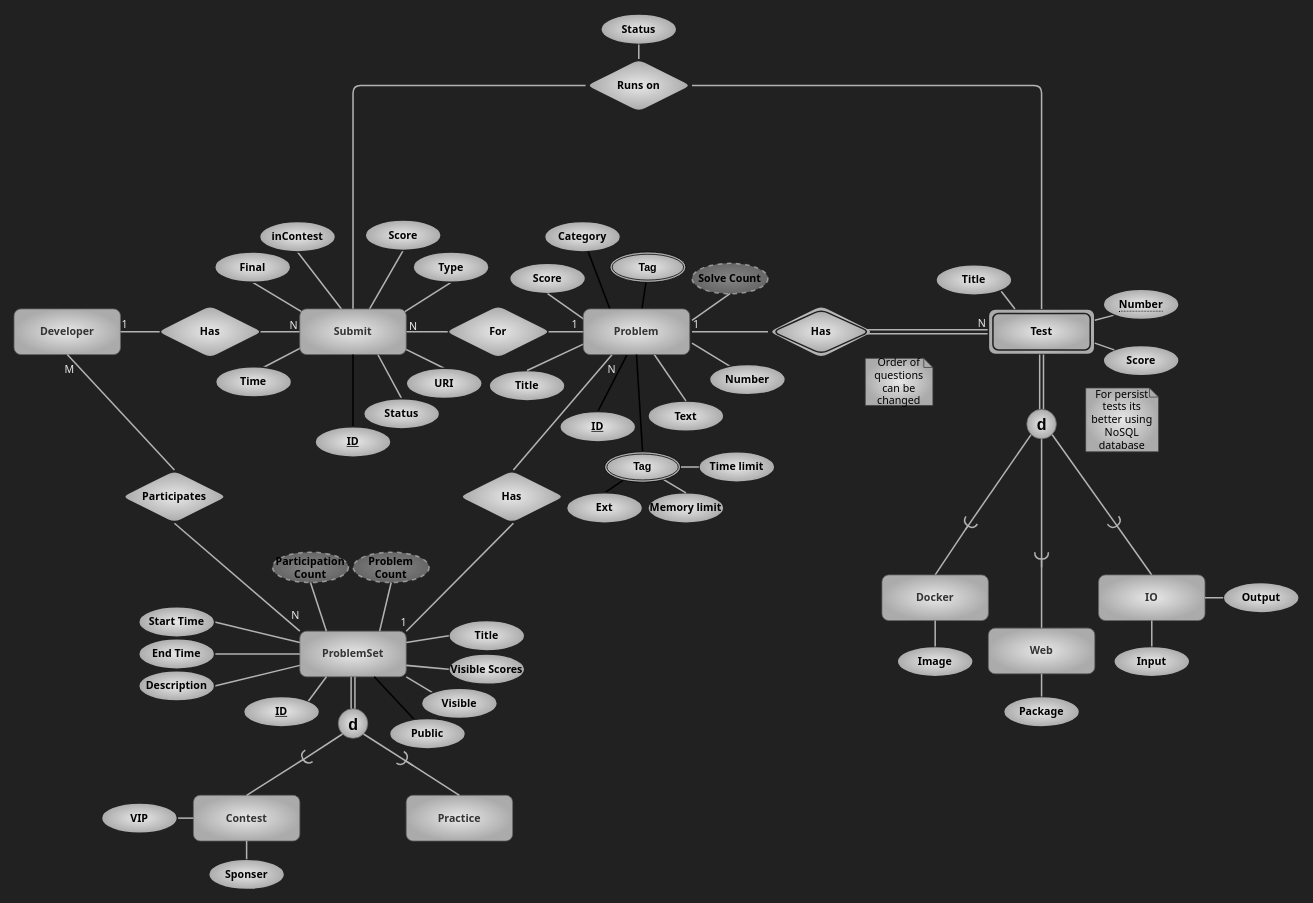
Earlier version of the draw.io diagram page "problemset" (4 of 5) of assets/er.drawio (kntu-db/quera-norm). Source tidied: cells renumbered, new cells numbered last; positions are measured from the earlier drawing's top-left corner, leaving out a move shared by most shapes. Both pictures are drawn from the tidied source at 76%, with x=0, y=0 at pixel (14, 14).
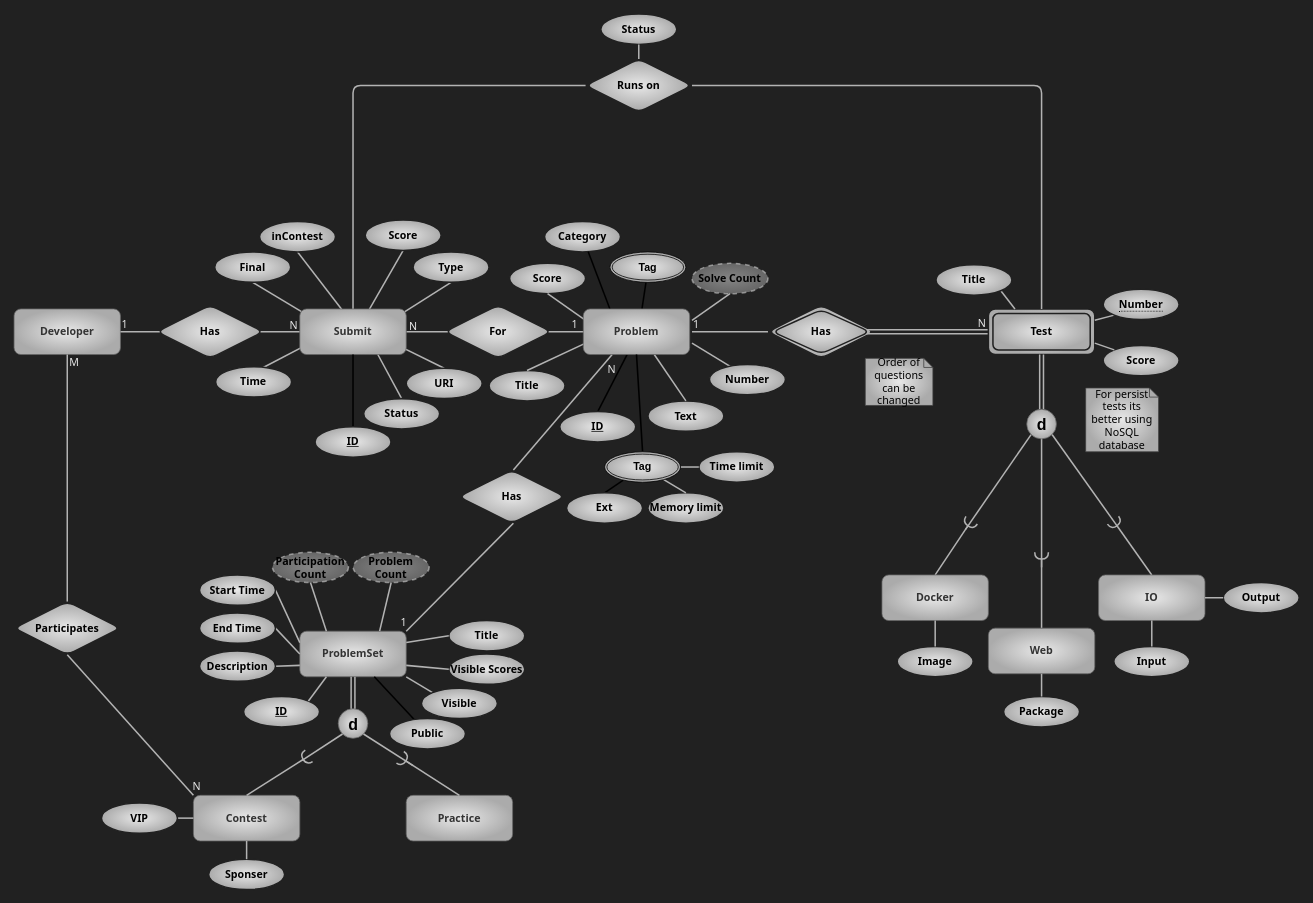
The same page after the edit.

The change refers to these unchanged cells:
```xml
<mxCell id="60" value="ProblemSet" style="whiteSpace=wrap;html=1;align=center;fontFamily=Tahoma;rounded=1;fillColor=#E8E8E8;strokeColor=#666666;fontColor=#333333;gradientColor=#ABABAB;gradientDirection=radial;fontSize=14;labelBackgroundColor=none;fontStyle=1;" parent="1" vertex="1">
  <mxGeometry x="376" y="812" width="140" height="60" as="geometry" />
</mxCell>
<mxCell id="68" style="endArrow=none;html=1;rounded=0;shadow=0;sketch=0;fontFamily=Tahoma;fontSize=14;fontColor=#E8E8E8;strokeWidth=2;fillColor=none;strokeColor=#B3B3B3;exitX=0.5;exitY=1;exitDx=0;exitDy=0;entryX=0.5;entryY=0;entryDx=0;entryDy=0;" parent="1" edge="1" source="2" target="67">
  <mxGeometry relative="1" as="geometry" />
</mxCell>
<mxCell id="80" value="Contest" style="whiteSpace=wrap;html=1;align=center;fontFamily=Tahoma;rounded=1;fillColor=#E8E8E8;strokeColor=#666666;fontColor=#333333;gradientColor=#ABABAB;gradientDirection=radial;fontSize=14;labelBackgroundColor=none;fontStyle=1;" parent="1" vertex="1">
  <mxGeometry x="236" y="1028" width="140" height="60" as="geometry" />
</mxCell>
```

Change to the diagram source:
```diff
@@
-    <mxCell id="65" style="endArrow=none;html=1;rounded=0;shadow=0;sketch=0;fontFamily=Tahoma;fontSize=14;fontColor=#E8E8E8;strokeWidth=2;fillColor=none;strokeColor=#B3B3B3;exitX=0.5;exitY=1;exitDx=0;exitDy=0;entryX=0;entryY=0;entryDx=0;entryDy=0;startArrow=none;" parent="1" edge="1" source="67" target="60">
+    <mxCell id="65" style="endArrow=none;html=1;rounded=0;shadow=0;sketch=0;fontFamily=Tahoma;fontSize=14;fontColor=#E8E8E8;strokeWidth=2;fillColor=none;strokeColor=#B3B3B3;exitX=0.5;exitY=1;exitDx=0;exitDy=0;entryX=0;entryY=0;entryDx=0;entryDy=0;startArrow=none;" parent="1" edge="1" source="67" target="80">
       <mxGeometry relative="1" as="geometry" />
     </mxCell>
     <mxCell id="66" value="N" style="html=1;align=right;verticalAlign=bottom;rounded=1;shadow=0;glass=0;labelBackgroundColor=none;labelBorderColor=none;fontFamily=Tahoma;fontSize=14;fontColor=#E8E8E8;strokeColor=#3D3D3D;strokeWidth=1;fillColor=#E8E8E8;gradientColor=#ABABAB;gradientDirection=radial;" parent="65" vertex="1">
       <mxGeometry x="1" relative="1" as="geometry">
-        <mxPoint y="-10" as="offset" />
+        <mxPoint x="10" y="-1" as="offset" />
       </mxGeometry>
     </mxCell>
     <mxCell id="67" value="Participates" style="shape=rhombus;perimeter=rhombusPerimeter;whiteSpace=wrap;html=1;align=center;rounded=1;labelBackgroundColor=none;fontFamily=Tahoma;fontSize=14;fontColor=#000000;strokeColor=#212121;strokeWidth=2;fillColor=#E8E8E8;gradientColor=#ABABAB;gradientDirection=radial;fontStyle=1;" parent="1" vertex="1">
-      <mxGeometry x="141" y="600" width="140" height="70" as="geometry" />
+      <mxGeometry y="773" width="140" height="70" as="geometry" />
     </mxCell>
@@
     <mxCell id="69" value="M" style="html=1;align=left;verticalAlign=bottom;rounded=1;shadow=0;glass=0;labelBackgroundColor=none;labelBorderColor=none;fontFamily=Tahoma;fontSize=14;fontColor=#E8E8E8;strokeColor=#3D3D3D;strokeWidth=1;fillColor=#E8E8E8;gradientColor=#ABABAB;gradientDirection=radial;" parent="68" vertex="1">
       <mxGeometry x="-1" relative="1" as="geometry">
-        <mxPoint x="-5" y="30" as="offset" />
+        <mxPoint x="1" y="20" as="offset" />
       </mxGeometry>
     </mxCell>
@@
     <mxCell id="77" value="Start Time" style="ellipse;whiteSpace=wrap;html=1;align=center;rounded=1;labelBackgroundColor=none;fontFamily=Tahoma;fontSize=14;fontColor=#000000;strokeColor=#212121;strokeWidth=2;fillColor=#E8E8E8;gradientColor=#ABABAB;gradientDirection=radial;fontStyle=1;" parent="1" vertex="1">
-      <mxGeometry x="164" y="780" width="100" height="40" as="geometry" />
+      <mxGeometry x="244" y="738" width="100" height="40" as="geometry" />
     </mxCell>
     <mxCell id="78" value="End Time" style="ellipse;whiteSpace=wrap;html=1;align=center;rounded=1;labelBackgroundColor=none;fontFamily=Tahoma;fontSize=14;fontColor=#000000;strokeColor=#212121;strokeWidth=2;fillColor=#E8E8E8;gradientColor=#ABABAB;gradientDirection=radial;fontStyle=1;" parent="1" vertex="1">
-      <mxGeometry x="164" y="822" width="100" height="40" as="geometry" />
+      <mxGeometry x="244" y="788" width="100" height="40" as="geometry" />
     </mxCell>
     <mxCell id="79" value="Description" style="ellipse;whiteSpace=wrap;html=1;align=center;rounded=1;labelBackgroundColor=none;fontFamily=Tahoma;fontSize=14;fontColor=#000000;strokeColor=#212121;strokeWidth=2;fillColor=#E8E8E8;gradientColor=#ABABAB;gradientDirection=radial;fontStyle=1;" parent="1" vertex="1">
-      <mxGeometry x="164" y="864" width="100" height="40" as="geometry" />
+      <mxGeometry x="244" y="838" width="100" height="40" as="geometry" />
     </mxCell>
```
